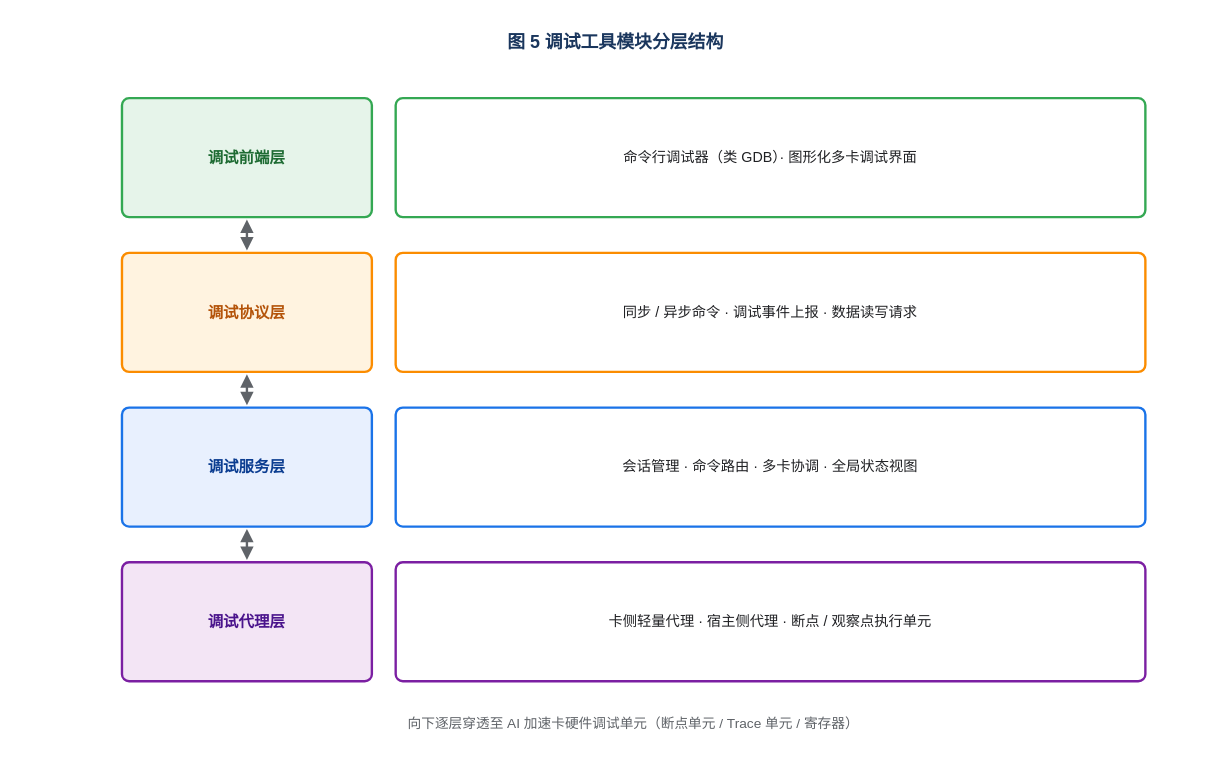
The draw.io diagram page "调试工具模块分层结构" (4 of 7) of A3超节点设计方案插图.drawio in HanxuLiu/drawio-files, before the edit. Source tidied: cells renumbered, new cells numbered last; positions are measured from the earlier drawing's top-left corner, leaving out a move shared by most shapes. Both pictures are drawn from the tidied source at 119%, with x=0, y=0 at pixel (20, 20).
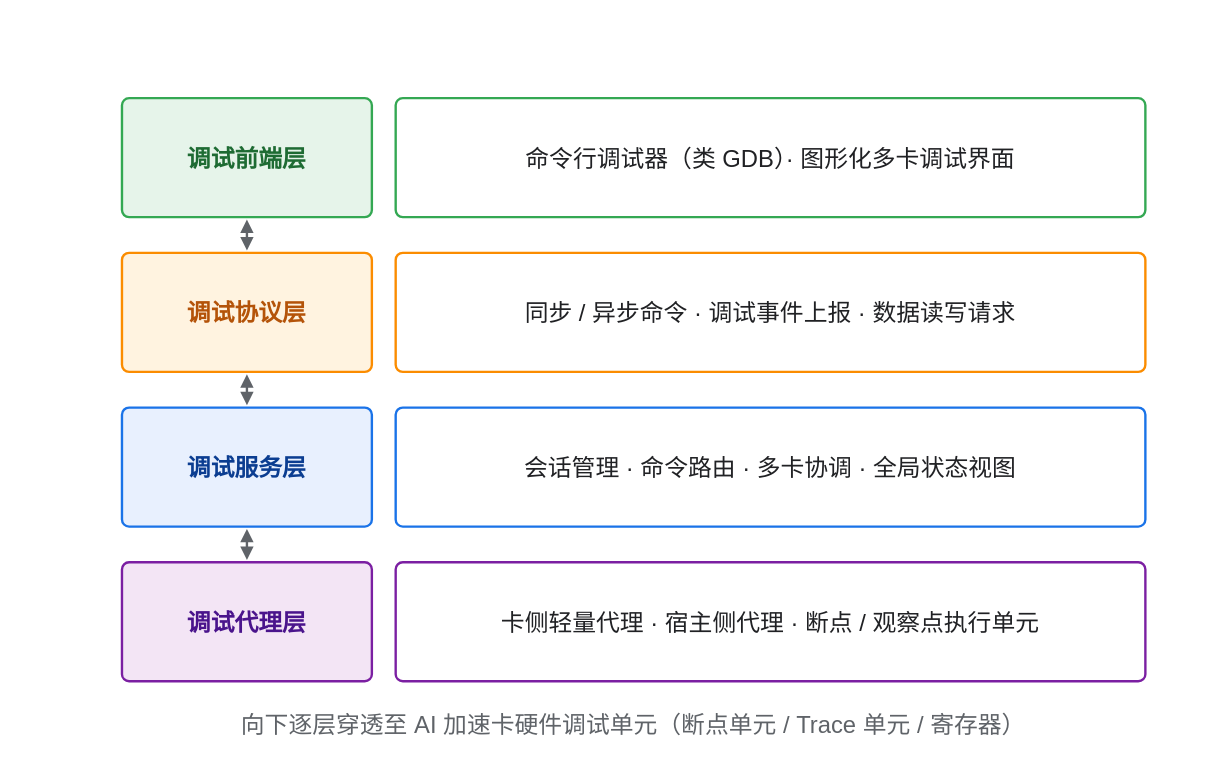
The same diagram, later.

What changed in the source:
```diff
@@
 <mxGraphModel>
   <root>
     <mxCell id="0" />
     <mxCell id="1" parent="0" />
-    <mxCell id="2" value="图 5  调试工具模块分层结构" style="text;html=1;strokeColor=none;fillColor=none;align=center;verticalAlign=middle;whiteSpace=wrap;rounded=0;fontSize=15;fontColor=#1A365D;fontStyle=1;" parent="1" vertex="1">
-      <mxGeometry width="1000" height="34" as="geometry" />
-    </mxCell>
-    <mxCell id="3" value="调试前端层" style="rounded=1;arcSize=6;whiteSpace=wrap;html=1;fillColor=#E6F4EA;strokeColor=#34A853;strokeWidth=2;fontSize=13;fontColor=#1E6B33;align=center;verticalAlign=middle;fontStyle=1;" parent="1" vertex="1">
+    <mxCell id="3" value="调试前端层" style="rounded=1;arcSize=6;whiteSpace=wrap;html=1;fillColor=#E6F4EA;strokeColor=#34A853;strokeWidth=2;fontSize=20;fontColor=#1E6B33;align=center;verticalAlign=middle;fontStyle=1;" parent="1" vertex="1">
       <mxGeometry x="85" y="65" width="210" height="100" as="geometry" />
     </mxCell>
-    <mxCell id="4" value="命令行调试器（类 GDB）· 图形化多卡调试界面" style="rounded=1;arcSize=6;whiteSpace=wrap;html=1;fillColor=#FFFFFF;strokeColor=#34A853;strokeWidth=2;fontSize=12;fontColor=#202124;align=center;verticalAlign=middle;" parent="1" vertex="1">
+    <mxCell id="4" value="命令行调试器（类 GDB）· 图形化多卡调试界面" style="rounded=1;arcSize=6;whiteSpace=wrap;html=1;fillColor=#FFFFFF;strokeColor=#34A853;strokeWidth=2;fontSize=20;fontColor=#202124;align=center;verticalAlign=middle;" parent="1" vertex="1">
       <mxGeometry x="315" y="65" width="630" height="100" as="geometry" />
     </mxCell>
-    <mxCell id="5" value="调试协议层" style="rounded=1;arcSize=6;whiteSpace=wrap;html=1;fillColor=#FFF3E0;strokeColor=#FB8C00;strokeWidth=2;fontSize=13;fontColor=#B45309;align=center;verticalAlign=middle;fontStyle=1;" parent="1" vertex="1">
+    <mxCell id="5" value="调试协议层" style="rounded=1;arcSize=6;whiteSpace=wrap;html=1;fillColor=#FFF3E0;strokeColor=#FB8C00;strokeWidth=2;fontSize=20;fontColor=#B45309;align=center;verticalAlign=middle;fontStyle=1;" parent="1" vertex="1">
       <mxGeometry x="85" y="195" width="210" height="100" as="geometry" />
     </mxCell>
-    <mxCell id="6" value="同步 / 异步命令 · 调试事件上报 · 数据读写请求" style="rounded=1;arcSize=6;whiteSpace=wrap;html=1;fillColor=#FFFFFF;strokeColor=#FB8C00;strokeWidth=2;fontSize=12;fontColor=#202124;align=center;verticalAlign=middle;" parent="1" vertex="1">
+    <mxCell id="6" value="同步 / 异步命令 · 调试事件上报 · 数据读写请求" style="rounded=1;arcSize=6;whiteSpace=wrap;html=1;fillColor=#FFFFFF;strokeColor=#FB8C00;strokeWidth=2;fontSize=20;fontColor=#202124;align=center;verticalAlign=middle;" parent="1" vertex="1">
       <mxGeometry x="315" y="195" width="630" height="100" as="geometry" />
     </mxCell>
-    <mxCell id="7" style="edgeStyle=none;html=1;rounded=0;strokeColor=#5F6368;strokeWidth=2;startArrow=block;startFill=1;endArrow=block;endFill=1;" parent="1" edge="1">
+    <mxCell id="7" style="edgeStyle=none;html=1;rounded=0;strokeColor=#5F6368;strokeWidth=2;startArrow=block;startFill=1;endArrow=block;endFill=1;fontSize=20;" parent="1" edge="1">
       <mxGeometry relative="1" as="geometry">
         <mxPoint x="190" y="167" as="sourcePoint" />
         <mxPoint x="190" y="193" as="targetPoint" />
       </mxGeometry>
     </mxCell>
-    <mxCell id="8" value="调试服务层" style="rounded=1;arcSize=6;whiteSpace=wrap;html=1;fillColor=#E8F0FE;strokeColor=#1A73E8;strokeWidth=2;fontSize=13;fontColor=#0B3D91;align=center;verticalAlign=middle;fontStyle=1;" parent="1" vertex="1">
+    <mxCell id="8" value="调试服务层" style="rounded=1;arcSize=6;whiteSpace=wrap;html=1;fillColor=#E8F0FE;strokeColor=#1A73E8;strokeWidth=2;fontSize=20;fontColor=#0B3D91;align=center;verticalAlign=middle;fontStyle=1;" parent="1" vertex="1">
       <mxGeometry x="85" y="325" width="210" height="100" as="geometry" />
     </mxCell>
-    <mxCell id="9" value="会话管理 · 命令路由 · 多卡协调 · 全局状态视图" style="rounded=1;arcSize=6;whiteSpace=wrap;html=1;fillColor=#FFFFFF;strokeColor=#1A73E8;strokeWidth=2;fontSize=12;fontColor=#202124;align=center;verticalAlign=middle;" parent="1" vertex="1">
+    <mxCell id="9" value="会话管理 · 命令路由 · 多卡协调 · 全局状态视图" style="rounded=1;arcSize=6;whiteSpace=wrap;html=1;fillColor=#FFFFFF;strokeColor=#1A73E8;strokeWidth=2;fontSize=20;fontColor=#202124;align=center;verticalAlign=middle;" parent="1" vertex="1">
       <mxGeometry x="315" y="325" width="630" height="100" as="geometry" />
     </mxCell>
-    <mxCell id="10" style="edgeStyle=none;html=1;rounded=0;strokeColor=#5F6368;strokeWidth=2;startArrow=block;startFill=1;endArrow=block;endFill=1;" parent="1" edge="1">
+    <mxCell id="10" style="edgeStyle=none;html=1;rounded=0;strokeColor=#5F6368;strokeWidth=2;startArrow=block;startFill=1;endArrow=block;endFill=1;fontSize=20;" parent="1" edge="1">
       <mxGeometry relative="1" as="geometry">
         <mxPoint x="190" y="297" as="sourcePoint" />
         <mxPoint x="190" y="323" as="targetPoint" />
       </mxGeometry>
     </mxCell>
-    <mxCell id="11" value="调试代理层" style="rounded=1;arcSize=6;whiteSpace=wrap;html=1;fillColor=#F3E5F5;strokeColor=#7B1FA2;strokeWidth=2;fontSize=13;fontColor=#4A148C;align=center;verticalAlign=middle;fontStyle=1;" parent="1" vertex="1">
+    <mxCell id="11" value="调试代理层" style="rounded=1;arcSize=6;whiteSpace=wrap;html=1;fillColor=#F3E5F5;strokeColor=#7B1FA2;strokeWidth=2;fontSize=20;fontColor=#4A148C;align=center;verticalAlign=middle;fontStyle=1;" parent="1" vertex="1">
       <mxGeometry x="85" y="455" width="210" height="100" as="geometry" />
     </mxCell>
-    <mxCell id="12" value="卡侧轻量代理 · 宿主侧代理 · 断点 / 观察点执行单元" style="rounded=1;arcSize=6;whiteSpace=wrap;html=1;fillColor=#FFFFFF;strokeColor=#7B1FA2;strokeWidth=2;fontSize=12;fontColor=#202124;align=center;verticalAlign=middle;" parent="1" vertex="1">
+    <mxCell id="12" value="卡侧轻量代理 · 宿主侧代理 · 断点 / 观察点执行单元" style="rounded=1;arcSize=6;whiteSpace=wrap;html=1;fillColor=#FFFFFF;strokeColor=#7B1FA2;strokeWidth=2;fontSize=20;fontColor=#202124;align=center;verticalAlign=middle;" parent="1" vertex="1">
       <mxGeometry x="315" y="455" width="630" height="100" as="geometry" />
     </mxCell>
-    <mxCell id="13" style="edgeStyle=none;html=1;rounded=0;strokeColor=#5F6368;strokeWidth=2;startArrow=block;startFill=1;endArrow=block;endFill=1;" parent="1" edge="1">
+    <mxCell id="13" style="edgeStyle=none;html=1;rounded=0;strokeColor=#5F6368;strokeWidth=2;startArrow=block;startFill=1;endArrow=block;endFill=1;fontSize=20;" parent="1" edge="1">
       <mxGeometry relative="1" as="geometry">
         <mxPoint x="190" y="427" as="sourcePoint" />
         <mxPoint x="190" y="453" as="targetPoint" />
       </mxGeometry>
     </mxCell>
-    <mxCell id="14" value="向下逐层穿透至 AI 加速卡硬件调试单元（断点单元 / Trace 单元 / 寄存器）" style="text;html=1;strokeColor=none;fillColor=none;align=center;verticalAlign=middle;whiteSpace=wrap;rounded=0;fontSize=11.5;fontColor=#5F6368;" parent="1" vertex="1">
+    <mxCell id="14" value="向下逐层穿透至 AI 加速卡硬件调试单元（断点单元 / Trace 单元 / 寄存器）" style="text;html=1;strokeColor=none;fillColor=none;align=center;verticalAlign=middle;whiteSpace=wrap;rounded=0;fontSize=20;fontColor=#5F6368;" parent="1" vertex="1">
       <mxGeometry x="85" y="576" width="860" height="30" as="geometry" />
     </mxCell>
   </root>
 </mxGraphModel>
```
